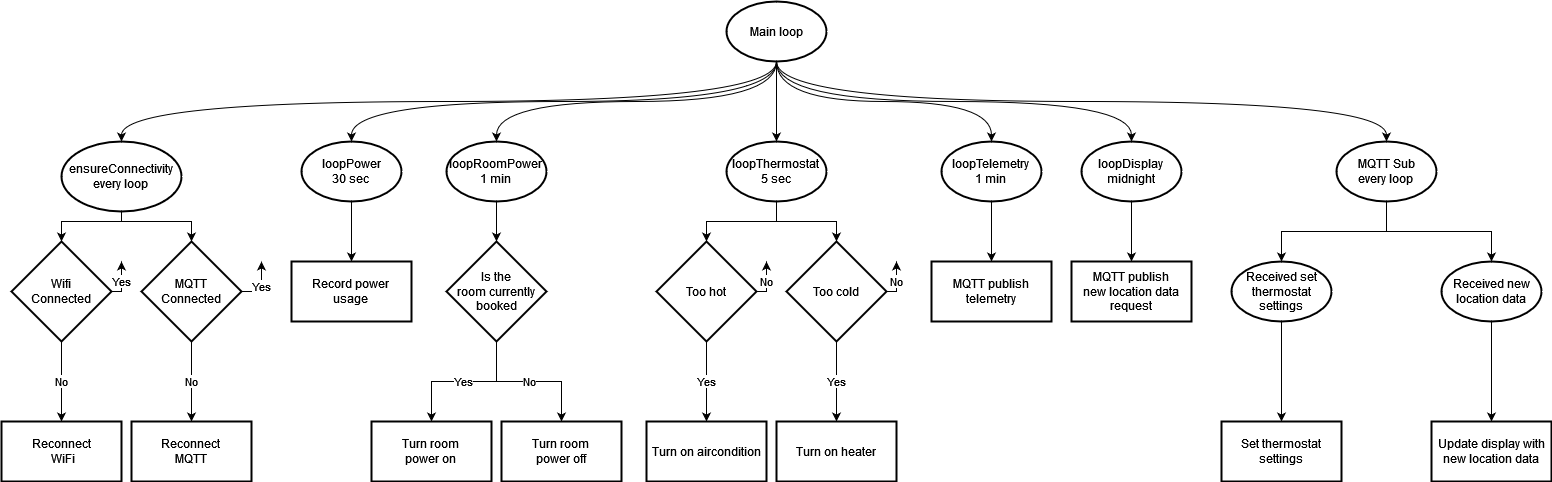
Before: DOCS/EGON-Flowchart.drawio.png, a diagram exported from draw.io (nicolaiheuck/Engery.IoT). Source tidied: cells renumbered, new cells last; positions are measured from the earlier drawing's top-left corner, leaving out a move shared by most shapes.
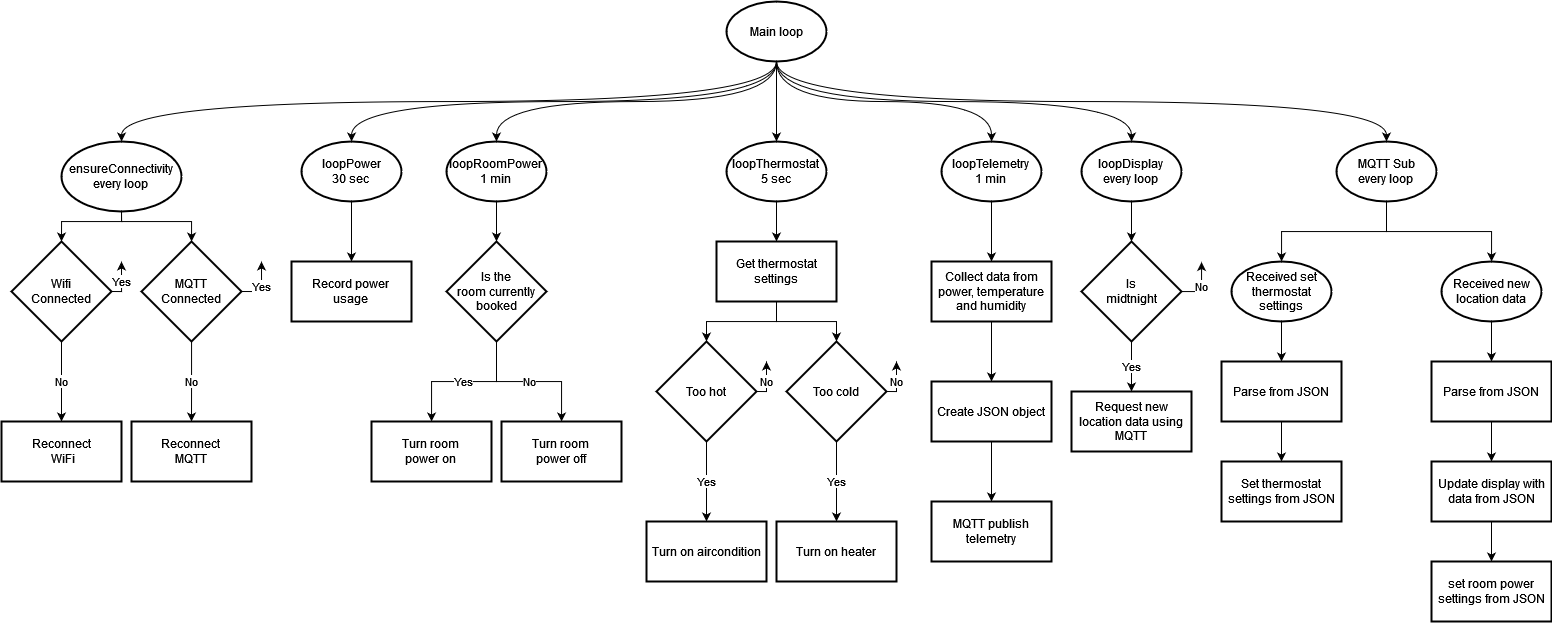
Later version of the same file.

What changed in the source:
```diff
@@ -107,42 +107,41 @@
     <mxCell id="30" value="Turn room&lt;br&gt;power off" style="whiteSpace=wrap;html=1;strokeWidth=2;" parent="1" vertex="1">
       <mxGeometry x="500" y="420" width="120" height="60" as="geometry" />
     </mxCell>
-    <mxCell id="31" style="edgeStyle=orthogonalEdgeStyle;rounded=0;jettySize=auto;html=1;" parent="1" edge="1" source="33" target="36">
-      <mxGeometry relative="1" as="geometry" />
-    </mxCell>
-    <mxCell id="32" style="edgeStyle=orthogonalEdgeStyle;rounded=0;jettySize=auto;html=1;" parent="1" edge="1" source="33" target="40">
-      <mxGeometry relative="1" as="geometry" />
-    </mxCell>
+    <mxCell id="57" style="edgeStyle=orthogonalEdgeStyle;rounded=0;jettySize=auto;html=1;exitX=0.5;exitY=1;exitDx=0;exitDy=0;exitPerimeter=0;" parent="1" edge="1" source="33" target="78">
+      <mxGeometry relative="1" as="geometry" />
+    </mxCell>
     <mxCell id="33" value="loopThermostat&lt;br&gt;5 sec" style="strokeWidth=2;html=1;shape=mxgraph.flowchart.start_1;whiteSpace=wrap;" parent="1" vertex="1">
       <mxGeometry x="725" y="140" width="100" height="60" as="geometry" />
     </mxCell>
-    <mxCell id="34" value="&lt;div&gt;Yes&lt;/div&gt;" style="edgeStyle=orthogonalEdgeStyle;rounded=0;jettySize=auto;html=1;" parent="1" edge="1" source="36" target="37">
-      <mxGeometry relative="1" as="geometry" />
+    <mxCell id="34" value="&lt;div&gt;Yes&lt;/div&gt;" style="edgeStyle=orthogonalEdgeStyle;rounded=0;jettySize=auto;html=1;" parent="1" edge="1" source="36">
+      <mxGeometry relative="1" as="geometry">
+        <mxPoint x="705" y="520" as="targetPoint" />
+      </mxGeometry>
     </mxCell>
     <mxCell id="35" value="No" style="edgeStyle=orthogonalEdgeStyle;rounded=0;jettySize=auto;html=1;exitX=1;exitY=0.5;exitDx=0;exitDy=0;" parent="1" edge="1" source="36">
       <mxGeometry relative="1" as="geometry">
-        <mxPoint x="765" y="260" as="targetPoint" />
+        <mxPoint x="765" y="360" as="targetPoint" />
       </mxGeometry>
     </mxCell>
     <mxCell id="36" value="Too hot" style="rhombus;whiteSpace=wrap;html=1;strokeWidth=2;" parent="1" vertex="1">
-      <mxGeometry x="655" y="240" width="100" height="100" as="geometry" />
+      <mxGeometry x="655" y="340" width="100" height="100" as="geometry" />
     </mxCell>
     <mxCell id="37" value="Turn on aircondition" style="whiteSpace=wrap;html=1;strokeWidth=2;" parent="1" vertex="1">
-      <mxGeometry x="645" y="420" width="120" height="60" as="geometry" />
+      <mxGeometry x="645" y="520" width="120" height="60" as="geometry" />
     </mxCell>
     <mxCell id="38" value="Yes" style="edgeStyle=orthogonalEdgeStyle;rounded=0;jettySize=auto;html=1;" parent="1" edge="1" source="40" target="41">
       <mxGeometry relative="1" as="geometry" />
     </mxCell>
     <mxCell id="39" value="No" style="edgeStyle=orthogonalEdgeStyle;rounded=0;jettySize=auto;html=1;exitX=1;exitY=0.5;exitDx=0;exitDy=0;" parent="1" edge="1" source="40">
       <mxGeometry relative="1" as="geometry">
-        <mxPoint x="895" y="260" as="targetPoint" />
+        <mxPoint x="895" y="360" as="targetPoint" />
       </mxGeometry>
     </mxCell>
     <mxCell id="40" value="Too cold" style="rhombus;whiteSpace=wrap;html=1;strokeWidth=2;" parent="1" vertex="1">
-      <mxGeometry x="785" y="240" width="100" height="100" as="geometry" />
+      <mxGeometry x="785" y="340" width="100" height="100" as="geometry" />
     </mxCell>
     <mxCell id="41" value="Turn on heater" style="whiteSpace=wrap;html=1;strokeWidth=2;" parent="1" vertex="1">
-      <mxGeometry x="775" y="420" width="120" height="60" as="geometry" />
+      <mxGeometry x="775" y="520" width="120" height="60" as="geometry" />
     </mxCell>
     <mxCell id="42" style="edgeStyle=orthogonalEdgeStyle;rounded=0;jettySize=auto;html=1;" parent="1" edge="1" source="43" target="44">
       <mxGeometry relative="1" as="geometry" />
@@ -150,18 +149,18 @@
     <mxCell id="43" value="loopTelemetry&lt;br&gt;1 min" style="strokeWidth=2;html=1;shape=mxgraph.flowchart.start_1;whiteSpace=wrap;" parent="1" vertex="1">
       <mxGeometry x="940" y="140" width="100" height="60" as="geometry" />
     </mxCell>
+    <mxCell id="58" style="edgeStyle=orthogonalEdgeStyle;rounded=0;jettySize=auto;html=1;" parent="1" edge="1" source="44" target="74">
+      <mxGeometry relative="1" as="geometry" />
+    </mxCell>
-    <mxCell id="44" value="MQTT publish&lt;br&gt;telemetry" style="whiteSpace=wrap;html=1;strokeWidth=2;" parent="1" vertex="1">
+    <mxCell id="44" value="Collect data from power, temperature and humidity" style="whiteSpace=wrap;html=1;strokeWidth=2;" parent="1" vertex="1">
       <mxGeometry x="930" y="260" width="120" height="60" as="geometry" />
     </mxCell>
-    <mxCell id="45" style="edgeStyle=orthogonalEdgeStyle;rounded=0;jettySize=auto;html=1;" parent="1" edge="1" source="46" target="47">
-      <mxGeometry relative="1" as="geometry" />
-    </mxCell>
+    <mxCell id="59" style="edgeStyle=orthogonalEdgeStyle;rounded=0;jettySize=auto;html=1;" parent="1" edge="1" source="46" target="72">
+      <mxGeometry relative="1" as="geometry" />
+    </mxCell>
-    <mxCell id="46" value="loopDisplay&lt;br&gt;midnight" style="strokeWidth=2;html=1;shape=mxgraph.flowchart.start_1;whiteSpace=wrap;" parent="1" vertex="1">
+    <mxCell id="46" value="loopDisplay&lt;br&gt;every loop" style="strokeWidth=2;html=1;shape=mxgraph.flowchart.start_1;whiteSpace=wrap;" parent="1" vertex="1">
       <mxGeometry x="1080" y="140" width="100" height="60" as="geometry" />
     </mxCell>
-    <mxCell id="47" value="&lt;div&gt;MQTT publish&lt;/div&gt;&lt;div&gt;new location data request&lt;br&gt;&lt;/div&gt;" style="whiteSpace=wrap;html=1;strokeWidth=2;" parent="1" vertex="1">
-      <mxGeometry x="1070" y="260" width="120" height="60" as="geometry" />
-    </mxCell>
     <mxCell id="48" style="edgeStyle=orthogonalEdgeStyle;rounded=0;jettySize=auto;html=1;exitX=0.5;exitY=1;exitDx=0;exitDy=0;exitPerimeter=0;" parent="1" edge="1" source="50" target="52">
       <mxGeometry relative="1" as="geometry" />
     </mxCell>
@@ -171,23 +170,73 @@
     <mxCell id="50" value="&lt;div&gt;MQTT Sub&lt;/div&gt;&lt;div&gt;every loop&lt;br&gt;&lt;/div&gt;" style="strokeWidth=2;html=1;shape=mxgraph.flowchart.start_1;whiteSpace=wrap;" parent="1" vertex="1">
       <mxGeometry x="1335" y="140" width="100" height="60" as="geometry" />
     </mxCell>
-    <mxCell id="51" style="edgeStyle=orthogonalEdgeStyle;rounded=0;jettySize=auto;html=1;" parent="1" edge="1" source="52" target="55">
-      <mxGeometry relative="1" as="geometry" />
-    </mxCell>
+    <mxCell id="60" style="edgeStyle=orthogonalEdgeStyle;rounded=0;jettySize=auto;html=1;exitX=0.5;exitY=1;exitDx=0;exitDy=0;exitPerimeter=0;" parent="1" edge="1" source="52" target="68">
+      <mxGeometry relative="1" as="geometry" />
+    </mxCell>
     <mxCell id="52" value="Received set thermostat settings" style="strokeWidth=2;html=1;shape=mxgraph.flowchart.start_1;whiteSpace=wrap;" parent="1" vertex="1">
       <mxGeometry x="1230" y="260" width="100" height="60" as="geometry" />
     </mxCell>
-    <mxCell id="53" style="edgeStyle=orthogonalEdgeStyle;rounded=0;jettySize=auto;html=1;" parent="1" edge="1" source="54" target="56">
-      <mxGeometry relative="1" as="geometry" />
-    </mxCell>
+    <mxCell id="61" style="edgeStyle=orthogonalEdgeStyle;rounded=0;jettySize=auto;html=1;exitX=0.5;exitY=1;exitDx=0;exitDy=0;exitPerimeter=0;" parent="1" edge="1" source="54" target="63">
+      <mxGeometry relative="1" as="geometry" />
+    </mxCell>
     <mxCell id="54" value="Received new location data" style="strokeWidth=2;html=1;shape=mxgraph.flowchart.start_1;whiteSpace=wrap;" parent="1" vertex="1">
       <mxGeometry x="1440" y="260" width="100" height="60" as="geometry" />
     </mxCell>
-    <mxCell id="55" value="Set thermostat settings" style="whiteSpace=wrap;html=1;strokeWidth=2;" parent="1" vertex="1">
-      <mxGeometry x="1220" y="420" width="120" height="60" as="geometry" />
+    <mxCell id="55" value="Set thermostat settings from JSON" style="whiteSpace=wrap;html=1;strokeWidth=2;" parent="1" vertex="1">
+      <mxGeometry x="1220" y="460" width="120" height="60" as="geometry" />
     </mxCell>
-    <mxCell id="56" value="Update display with new location data" style="whiteSpace=wrap;html=1;strokeWidth=2;" parent="1" vertex="1">
-      <mxGeometry x="1430" y="420" width="120" height="60" as="geometry" />
-    </mxCell>
+    <mxCell id="62" style="edgeStyle=orthogonalEdgeStyle;rounded=0;jettySize=auto;html=1;exitX=0.5;exitY=1;exitDx=0;exitDy=0;" parent="1" edge="1" source="63" target="65">
+      <mxGeometry relative="1" as="geometry" />
+    </mxCell>
+    <mxCell id="63" value="Parse from JSON" style="whiteSpace=wrap;html=1;strokeWidth=2;" parent="1" vertex="1">
+      <mxGeometry x="1430" y="360" width="120" height="60" as="geometry" />
+    </mxCell>
+    <mxCell id="64" style="edgeStyle=orthogonalEdgeStyle;rounded=0;jettySize=auto;html=1;exitX=0.5;exitY=1;exitDx=0;exitDy=0;" parent="1" edge="1" source="65" target="66">
+      <mxGeometry relative="1" as="geometry" />
+    </mxCell>
+    <mxCell id="65" value="Update display with data from JSON" style="whiteSpace=wrap;html=1;strokeWidth=2;" parent="1" vertex="1">
+      <mxGeometry x="1430" y="460" width="120" height="60" as="geometry" />
+    </mxCell>
+    <mxCell id="66" value="set room power settings from JSON" style="whiteSpace=wrap;html=1;strokeWidth=2;" parent="1" vertex="1">
+      <mxGeometry x="1430" y="560" width="120" height="60" as="geometry" />
+    </mxCell>
+    <mxCell id="67" style="edgeStyle=orthogonalEdgeStyle;rounded=0;jettySize=auto;html=1;exitX=0.5;exitY=1;exitDx=0;exitDy=0;" parent="1" edge="1" source="68" target="55">
+      <mxGeometry relative="1" as="geometry" />
+    </mxCell>
+    <mxCell id="68" value="Parse from JSON" style="whiteSpace=wrap;html=1;strokeWidth=2;" parent="1" vertex="1">
+      <mxGeometry x="1220" y="360" width="120" height="60" as="geometry" />
+    </mxCell>
+    <mxCell id="69" value="Request new location data using MQTT" style="whiteSpace=wrap;html=1;strokeWidth=2;" parent="1" vertex="1">
+      <mxGeometry x="1070" y="390" width="120" height="60" as="geometry" />
+    </mxCell>
+    <mxCell id="70" value="Yes" style="edgeStyle=orthogonalEdgeStyle;rounded=0;jettySize=auto;html=1;" parent="1" edge="1" source="72" target="69">
+      <mxGeometry relative="1" as="geometry" />
+    </mxCell>
+    <mxCell id="71" value="No" style="edgeStyle=orthogonalEdgeStyle;rounded=0;jettySize=auto;html=1;" parent="1" edge="1" source="72">
+      <mxGeometry relative="1" as="geometry">
+        <mxPoint x="1200" y="260" as="targetPoint" />
+      </mxGeometry>
+    </mxCell>
+    <mxCell id="72" value="Is&lt;br&gt;midtnight" style="rhombus;whiteSpace=wrap;html=1;strokeWidth=2;" parent="1" vertex="1">
+      <mxGeometry x="1080" y="240" width="100" height="100" as="geometry" />
+    </mxCell>
+    <mxCell id="73" style="edgeStyle=orthogonalEdgeStyle;rounded=0;jettySize=auto;html=1;" parent="1" edge="1" source="74" target="75">
+      <mxGeometry relative="1" as="geometry" />
+    </mxCell>
+    <mxCell id="74" value="Create JSON object" style="whiteSpace=wrap;html=1;strokeWidth=2;" parent="1" vertex="1">
+      <mxGeometry x="930" y="380" width="120" height="60" as="geometry" />
+    </mxCell>
+    <mxCell id="75" value="MQTT publish&lt;br&gt;telemetry" style="whiteSpace=wrap;html=1;strokeWidth=2;" parent="1" vertex="1">
+      <mxGeometry x="930" y="500" width="120" height="60" as="geometry" />
+    </mxCell>
+    <mxCell id="76" style="edgeStyle=orthogonalEdgeStyle;rounded=0;jettySize=auto;html=1;" parent="1" edge="1" source="78" target="40">
+      <mxGeometry relative="1" as="geometry" />
+    </mxCell>
+    <mxCell id="77" style="edgeStyle=orthogonalEdgeStyle;rounded=0;jettySize=auto;html=1;exitX=0.5;exitY=1;exitDx=0;exitDy=0;" parent="1" edge="1" source="78" target="36">
+      <mxGeometry relative="1" as="geometry" />
+    </mxCell>
+    <mxCell id="78" value="Get thermostat settings" style="whiteSpace=wrap;html=1;strokeWidth=2;" parent="1" vertex="1">
+      <mxGeometry x="715" y="240" width="120" height="60" as="geometry" />
+    </mxCell>
   </root>
 </mxGraphModel>
```
